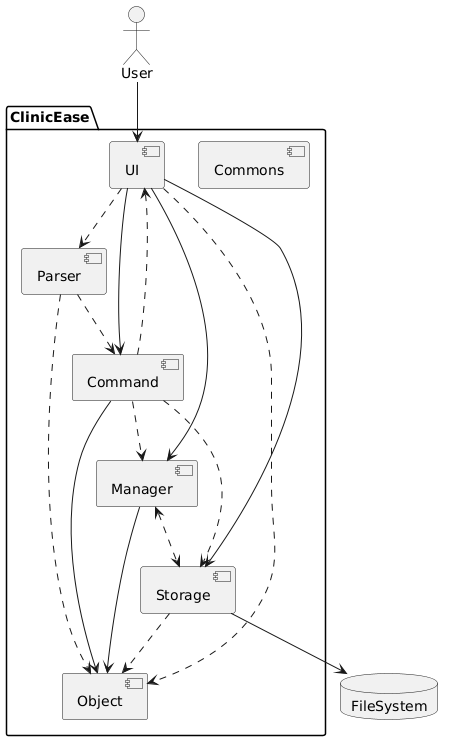
This is docs/diagrams/ArchitectureDiagram.png from chwenyee/tp, a PlantUML export, as it was before one commit.
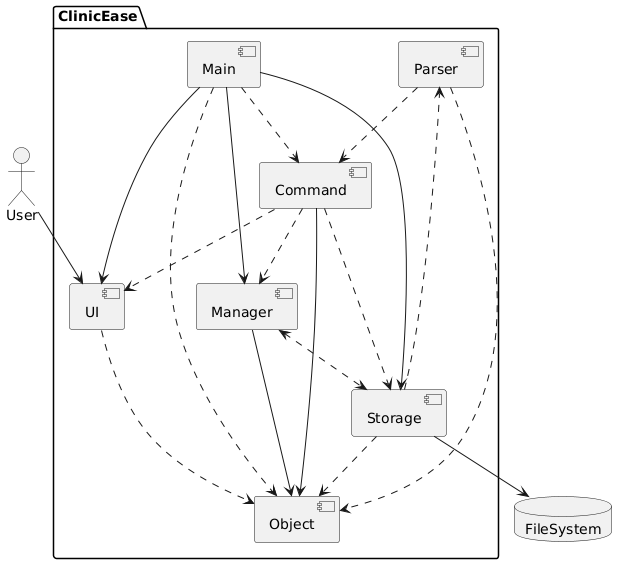
Later version of the same file.

Commit message:
Updated Architecture diagram, added UI and Main component

The edit, as a diff of the source:
```diff
@@ -8,15 +8,17 @@
 component Manager
 component Object
 component Storage
-component Commons
+component Main
 }
 database FileSystem
 
 User --> UI
 UI ..> Object
-UI ..> Parser
-UI --> Manager
-UI --> Storage
+Main --> UI
+Main ..>Command
+Main --> Manager
+Main --> Storage
+Main ..> Object
 Parser ..> Command
 Parser ..> Object
 Command --> Object
@@ -26,6 +28,6 @@
 Manager --> Object
 Manager <..> Storage
 Storage ..> Object
-UI --> Command
+Storage ..> Parser
 Storage --> FileSystem
 @enduml
```
